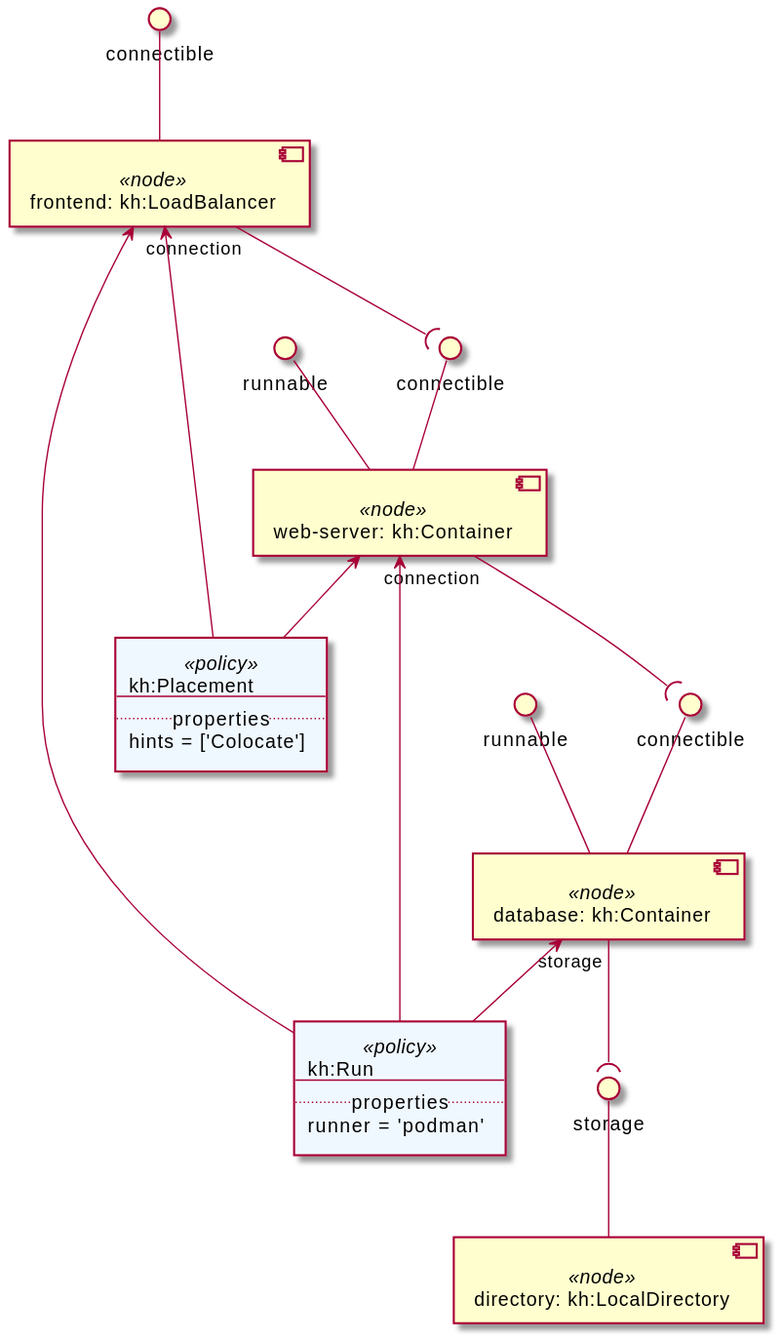
Before: examples/Khutulun/diagrams/uml2/Khutulun Hello World Example-uml2-component-diagram1.svg, a diagram exported from PlantUML (Orange-OpenSource/Cloudnet-TOSCA-toolbox).
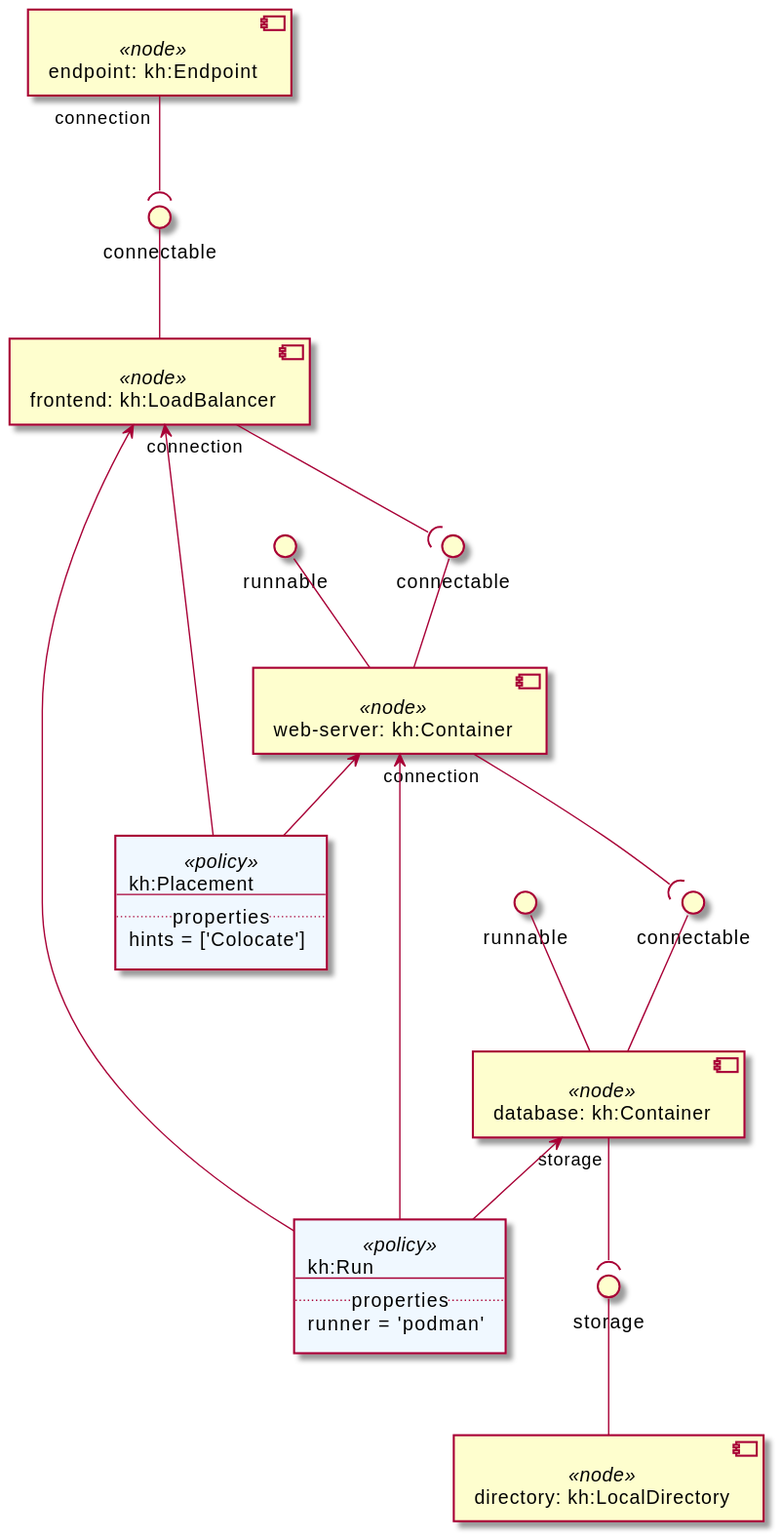
The same diagram one commit later.

Change to the diagram source:
```diff
@@ -1,19 +1,21 @@
 @startuml
 skinparam componentStyle uml2
 
+component "endpoint: kh:Endpoint" <<node>> as node_endpoint
+
 component "frontend: kh:LoadBalancer" <<node>> as node_frontend
-interface "connectible" as node_frontend_connectible
-node_frontend_connectible -- node_frontend
+interface "connectable" as node_frontend_connectable
+node_frontend_connectable -- node_frontend
 
 component "web-server: kh:Container" <<node>> as node_web_server
-interface "connectible" as node_web_server_connectible
-node_web_server_connectible -- node_web_server
+interface "connectable" as node_web_server_connectable
+node_web_server_connectable -- node_web_server
 interface "runnable" as node_web_server_runnable
 node_web_server_runnable -- node_web_server
 
 component "database: kh:Container" <<node>> as node_database
-interface "connectible" as node_database_connectible
-node_database_connectible -- node_database
+interface "connectable" as node_database_connectable
+node_database_connectable -- node_database
 interface "runnable" as node_database_runnable
 node_database_runnable -- node_database
 
@@ -21,8 +23,9 @@
 interface "storage" as node_directory_storage
 node_directory_storage -- node_directory
 
-node_frontend "connection" --( node_web_server_connectible
-node_web_server "connection" --( node_database_connectible
+node_endpoint "connection" --( node_frontend_connectable
+node_frontend "connection" --( node_web_server_connectable
+node_web_server "connection" --( node_database_connectable
 node_database "storage" --( node_directory_storage
 agent policy_podman <<policy>> #AliceBlue [
 kh:Run
```
